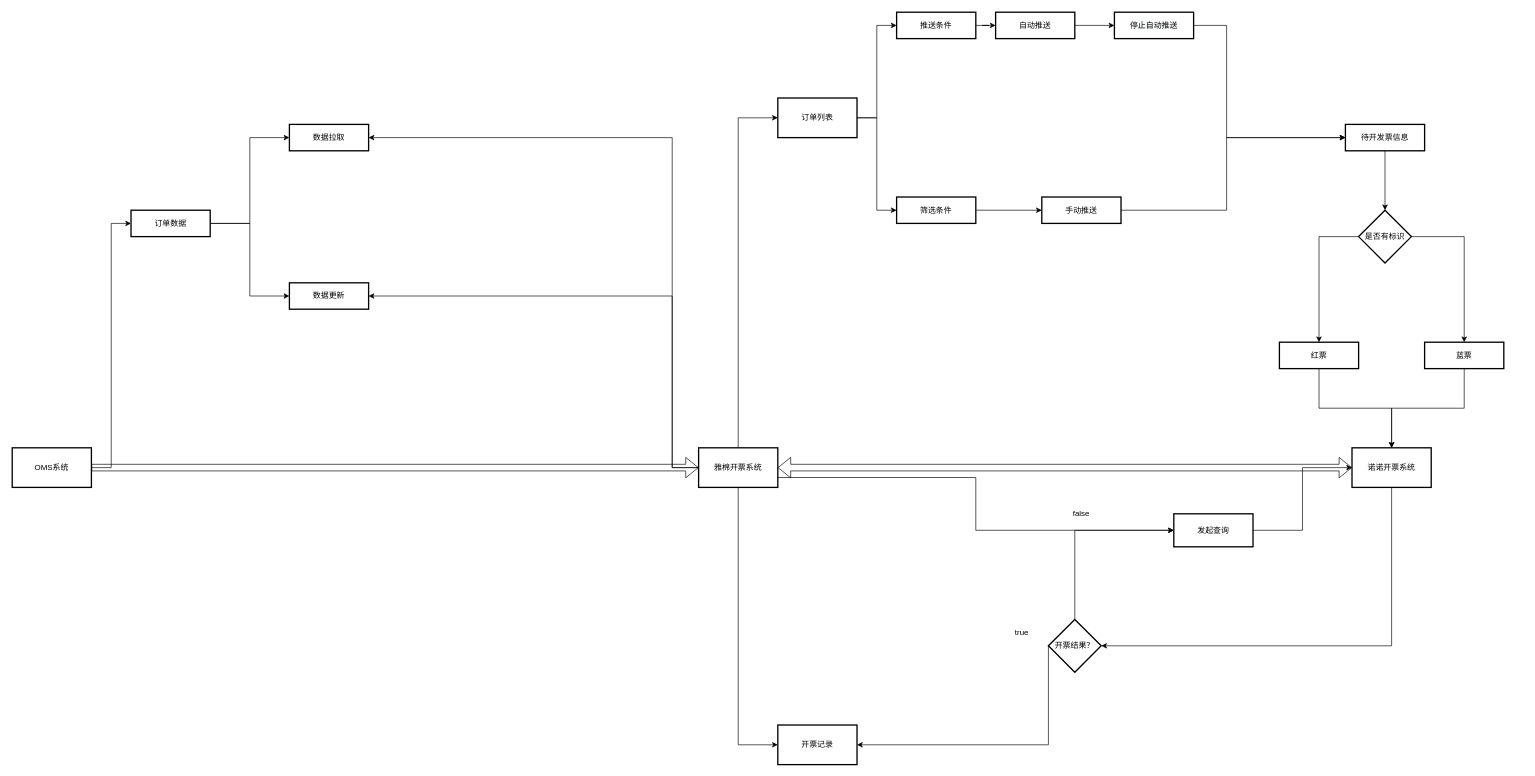
json-lu/draw.io keeps this draw.io diagram as demo1.drawio. Above is the earlier version. Source tidied: cells renumbered, new cells numbered last; positions are measured from the earlier drawing's top-left corner, leaving out a move shared by most shapes. Both pictures are drawn from the tidied source at 66%, with x=0, y=0 at pixel (12, 12).
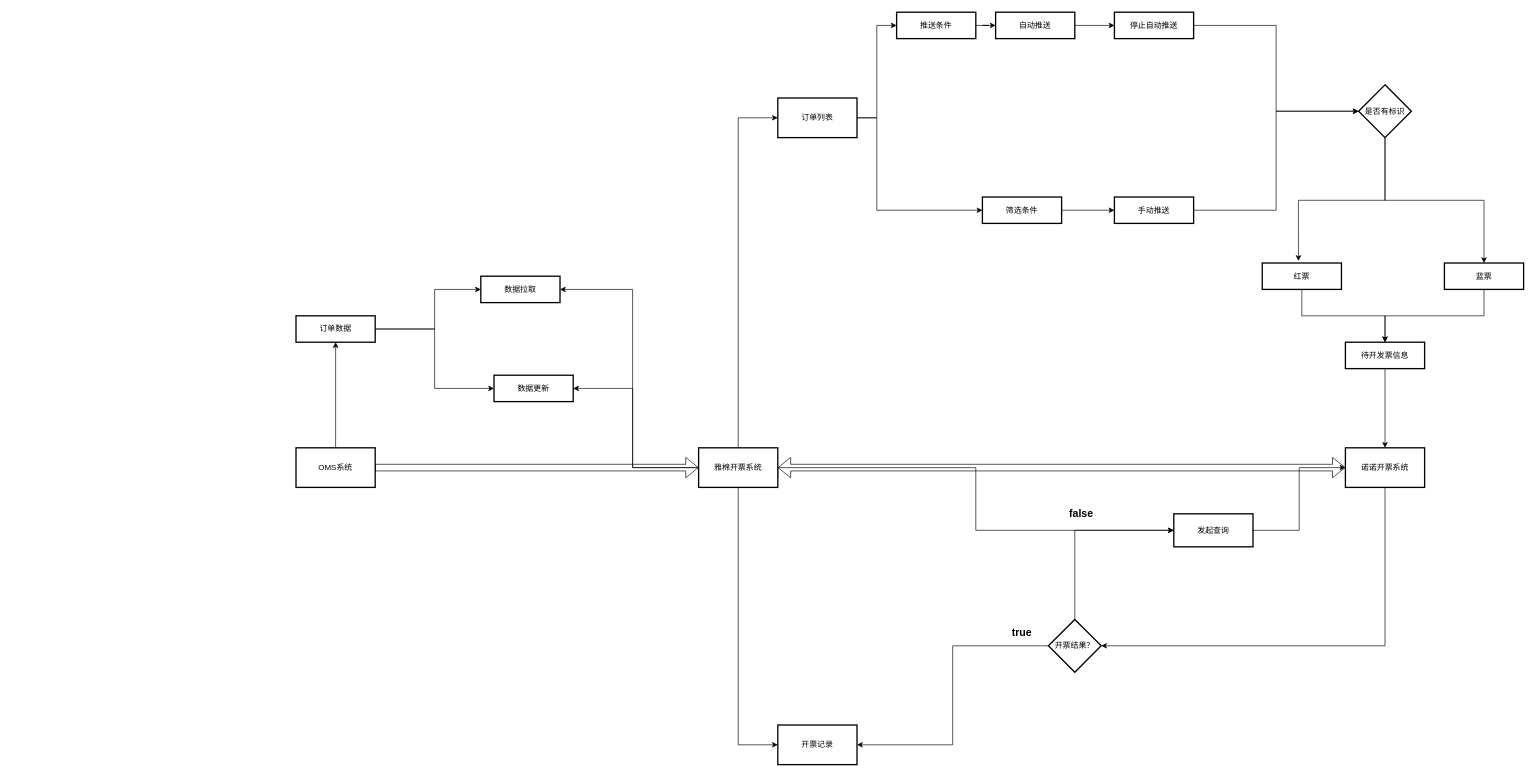
The same page after the edit.

Unchanged cells that the change refers to:
```xml
<mxCell id="7" value="雅棉开票系统" style="rounded=0;whiteSpace=wrap;html=1;strokeWidth=2;" parent="1" vertex="1">
  <mxGeometry x="1040" y="660" width="120" height="60" as="geometry" />
</mxCell>
<mxCell id="13" value="&lt;span style=&quot;color: rgb(0 , 0 , 0) ; font-family: &amp;#34;helvetica&amp;#34; ; font-size: 12px ; font-style: normal ; font-weight: 400 ; letter-spacing: normal ; text-align: center ; text-indent: 0px ; text-transform: none ; word-spacing: 0px ; background-color: rgb(248 , 249 , 250) ; display: inline ; float: none&quot;&gt;停止自动推送&lt;/span&gt;" style="rounded=0;whiteSpace=wrap;html=1;strokeWidth=2;" parent="1" vertex="1">
  <mxGeometry x="1670" width="120" height="40" as="geometry" />
</mxCell>
<mxCell id="32" value="开票结果？" style="rhombus;whiteSpace=wrap;html=1;strokeWidth=2;" parent="1" vertex="1">
  <mxGeometry x="1570" y="920" width="80" height="80" as="geometry" />
</mxCell>
<mxCell id="37" value="发起查询" style="rounded=0;whiteSpace=wrap;html=1;strokeColor=default;strokeWidth=2;fillColor=none;gradientColor=#ffffff;" parent="1" vertex="1">
  <mxGeometry x="1760" y="760" width="120" height="50" as="geometry" />
</mxCell>
<mxCell id="47" value="订单列表" style="rounded=0;whiteSpace=wrap;html=1;strokeColor=default;strokeWidth=2;fillColor=none;gradientColor=#ffffff;" parent="1" vertex="1">
  <mxGeometry x="1160" y="130" width="120" height="60" as="geometry" />
</mxCell>
<mxCell id="48" value="开票记录" style="rounded=0;whiteSpace=wrap;html=1;strokeColor=default;strokeWidth=2;fillColor=none;gradientColor=#ffffff;" parent="1" vertex="1">
  <mxGeometry x="1160" y="1080" width="120" height="60" as="geometry" />
</mxCell>
```

Change to the diagram source:
```diff
@@
-    <mxCell id="2" style="edgeStyle=orthogonalEdgeStyle;rounded=0;jettySize=auto;html=1;entryX=1;entryY=0.5;entryDx=0;entryDy=0;" parent="1" edge="1" source="7" target="23">
-      <mxGeometry relative="1" as="geometry">
-        <Array as="points">
-          <mxPoint x="1000" y="690" />
-          <mxPoint x="1000" y="190" />
-        </Array>
-      </mxGeometry>
-    </mxCell>
-    <mxCell id="3" style="edgeStyle=orthogonalEdgeStyle;rounded=0;jettySize=auto;html=1;entryX=1;entryY=0.5;entryDx=0;entryDy=0;" parent="1" edge="1" source="7" target="24">
-      <mxGeometry relative="1" as="geometry">
-        <Array as="points">
-          <mxPoint x="1000" y="690" />
-          <mxPoint x="1000" y="430" />
-        </Array>
-      </mxGeometry>
-    </mxCell>
     <mxCell id="4" style="edgeStyle=orthogonalEdgeStyle;rounded=0;jettySize=auto;html=1;exitX=1;exitY=0.75;exitDx=0;exitDy=0;entryX=0;entryY=0.5;entryDx=0;entryDy=0;" parent="1" edge="1" source="7" target="37">
-      <mxGeometry relative="1" as="geometry" />
+      <mxGeometry relative="1" as="geometry">
+        <Array as="points">
+          <mxPoint x="1160" y="690" />
+          <mxPoint x="1460" y="690" />
+          <mxPoint x="1460" y="785" />
+        </Array>
+      </mxGeometry>
     </mxCell>
@@
+    <mxCell id="3" style="edgeStyle=orthogonalEdgeStyle;rounded=0;jettySize=auto;html=1;entryX=1;entryY=0.5;entryDx=0;entryDy=0;" parent="1" edge="1" source="7" target="24">
+      <mxGeometry relative="1" as="geometry">
+        <Array as="points">
+          <mxPoint x="940" y="690" />
+          <mxPoint x="940" y="570" />
+        </Array>
+      </mxGeometry>
+    </mxCell>
+    <mxCell id="2" style="edgeStyle=orthogonalEdgeStyle;rounded=0;jettySize=auto;html=1;entryX=1;entryY=0.5;entryDx=0;entryDy=0;" parent="1" edge="1" source="7" target="23">
+      <mxGeometry relative="1" as="geometry">
+        <Array as="points">
+          <mxPoint x="940" y="690" />
+          <mxPoint x="940" y="420" />
+        </Array>
+      </mxGeometry>
+    </mxCell>
@@
-    <mxCell id="8" style="edgeStyle=orthogonalEdgeStyle;rounded=0;jettySize=auto;html=1;entryX=0;entryY=0.5;entryDx=0;entryDy=0;" parent="1" edge="1" source="9" target="22">
+    <mxCell id="8" style="edgeStyle=orthogonalEdgeStyle;rounded=0;jettySize=auto;html=1;entryX=0.5;entryY=1;entryDx=0;entryDy=0;" parent="1" edge="1" source="9" target="22">
       <mxGeometry relative="1" as="geometry" />
     </mxCell>
     <mxCell id="9" value="OMS系统" style="rounded=0;whiteSpace=wrap;html=1;strokeWidth=2;" parent="1" vertex="1">
-      <mxGeometry y="660" width="120" height="60" as="geometry" />
+      <mxGeometry x="430" y="660" width="120" height="60" as="geometry" />
     </mxCell>
     <mxCell id="10" style="edgeStyle=orthogonalEdgeStyle;rounded=0;jettySize=auto;html=1;exitX=0.5;exitY=1;exitDx=0;exitDy=0;entryX=1;entryY=0.5;entryDx=0;entryDy=0;" parent="1" edge="1" source="11" target="32">
       <mxGeometry relative="1" as="geometry">
         <Array as="points">
-          <mxPoint x="2090" y="960" />
+          <mxPoint x="2080" y="960" />
         </Array>
       </mxGeometry>
     </mxCell>
     <mxCell id="11" value="诺诺开票系统" style="rounded=0;whiteSpace=wrap;html=1;strokeWidth=2;" parent="1" vertex="1">
-      <mxGeometry x="2030" y="660" width="120" height="60" as="geometry" />
+      <mxGeometry x="2020" y="660" width="120" height="60" as="geometry" />
     </mxCell>
-    <mxCell id="12" style="edgeStyle=orthogonalEdgeStyle;rounded=0;jettySize=auto;html=1;exitX=1;exitY=0.5;exitDx=0;exitDy=0;entryX=0;entryY=0.5;entryDx=0;entryDy=0;" parent="1" edge="1" source="13" target="19">
-      <mxGeometry relative="1" as="geometry">
-        <Array as="points">
-          <mxPoint x="1840" y="20" />
-          <mxPoint x="1840" y="190" />
-        </Array>
-      </mxGeometry>
-    </mxCell>
+    <mxCell id="49" style="edgeStyle=orthogonalEdgeStyle;rounded=0;jettySize=auto;html=1;entryX=0;entryY=0.5;entryDx=0;entryDy=0;" parent="1" edge="1" source="13" target="44">
+      <mxGeometry relative="1" as="geometry" />
+    </mxCell>
@@
-    <mxCell id="16" style="edgeStyle=orthogonalEdgeStyle;rounded=0;jettySize=auto;html=1;" parent="1" edge="1" source="17" target="19">
-      <mxGeometry relative="1" as="geometry">
-        <Array as="points">
-          <mxPoint x="1840" y="300" />
-          <mxPoint x="1840" y="190" />
-        </Array>
-      </mxGeometry>
-    </mxCell>
+    <mxCell id="50" style="edgeStyle=orthogonalEdgeStyle;rounded=0;jettySize=auto;html=1;entryX=0;entryY=0.5;entryDx=0;entryDy=0;" parent="1" edge="1" source="17" target="44">
+      <mxGeometry relative="1" as="geometry" />
+    </mxCell>
     <mxCell id="17" value="手动推送" style="rounded=0;whiteSpace=wrap;html=1;strokeWidth=2;" parent="1" vertex="1">
-      <mxGeometry x="1560" y="280" width="120" height="40" as="geometry" />
+      <mxGeometry x="1670" y="280" width="120" height="40" as="geometry" />
     </mxCell>
-    <mxCell id="18" style="edgeStyle=orthogonalEdgeStyle;rounded=0;jettySize=auto;html=1;entryX=0.5;entryY=0;entryDx=0;entryDy=0;" parent="1" edge="1" source="19" target="44">
-      <mxGeometry relative="1" as="geometry" />
-    </mxCell>
+    <mxCell id="51" style="edgeStyle=orthogonalEdgeStyle;rounded=0;jettySize=auto;html=1;" parent="1" edge="1" source="19" target="11">
+      <mxGeometry relative="1" as="geometry" />
+    </mxCell>
     <mxCell id="19" value="待开发票信息" style="rounded=0;whiteSpace=wrap;html=1;strokeWidth=2;" parent="1" vertex="1">
-      <mxGeometry x="2020" y="170" width="120" height="40" as="geometry" />
+      <mxGeometry x="2020" y="500" width="120" height="40" as="geometry" />
     </mxCell>
     <mxCell id="20" style="edgeStyle=orthogonalEdgeStyle;rounded=0;jettySize=auto;html=1;exitX=1;exitY=0.5;exitDx=0;exitDy=0;entryX=0;entryY=0.5;entryDx=0;entryDy=0;" parent="1" edge="1" source="22" target="23">
-      <mxGeometry relative="1" as="geometry" />
+      <mxGeometry relative="1" as="geometry">
+        <Array as="points">
+          <mxPoint x="640" y="480" />
+          <mxPoint x="640" y="420" />
+        </Array>
+      </mxGeometry>
     </mxCell>
@@
     <mxCell id="22" value="订单数据" style="rounded=0;whiteSpace=wrap;html=1;strokeWidth=2;" parent="1" vertex="1">
-      <mxGeometry x="180" y="300" width="120" height="40" as="geometry" />
+      <mxGeometry x="430" y="460" width="120" height="40" as="geometry" />
     </mxCell>
     <mxCell id="23" value="数据拉取" style="rounded=0;whiteSpace=wrap;html=1;strokeWidth=2;" parent="1" vertex="1">
-      <mxGeometry x="420" y="170" width="120" height="40" as="geometry" />
+      <mxGeometry x="710" y="400" width="120" height="40" as="geometry" />
     </mxCell>
     <mxCell id="24" value="数据更新" style="rounded=0;whiteSpace=wrap;html=1;strokeWidth=2;" parent="1" vertex="1">
-      <mxGeometry x="420" y="410" width="120" height="40" as="geometry" />
+      <mxGeometry x="730" y="550" width="120" height="40" as="geometry" />
     </mxCell>
@@
     <mxCell id="28" value="筛选条件" style="rounded=0;whiteSpace=wrap;html=1;strokeWidth=2;" parent="1" vertex="1">
-      <mxGeometry x="1340" y="280" width="120" height="40" as="geometry" />
+      <mxGeometry x="1470" y="280" width="120" height="40" as="geometry" />
     </mxCell>
@@
+    <mxCell id="52" style="edgeStyle=orthogonalEdgeStyle;rounded=0;jettySize=auto;html=1;entryX=1;entryY=0.5;entryDx=0;entryDy=0;" parent="1" edge="1" source="32" target="48">
+      <mxGeometry relative="1" as="geometry" />
+    </mxCell>
@@
-    <mxCell id="33" style="edgeStyle=orthogonalEdgeStyle;rounded=0;jettySize=auto;html=1;exitX=1;exitY=1;exitDx=0;exitDy=0;entryX=1;entryY=0.5;entryDx=0;entryDy=0;" parent="1" edge="1" source="34" target="48">
-      <mxGeometry relative="1" as="geometry" />
-    </mxCell>
-    <mxCell id="34" value="true" style="rounded=0;whiteSpace=wrap;html=1;strokeWidth=2;strokeColor=none;gradientColor=#ffffff;fillColor=none;" parent="1" vertex="1">
+    <mxCell id="34" value="&lt;b&gt;&lt;font style=&quot;font-size: 16px&quot;&gt;true&lt;/font&gt;&lt;/b&gt;" style="rounded=0;whiteSpace=wrap;html=1;strokeWidth=2;strokeColor=none;gradientColor=#ffffff;fillColor=none;" parent="1" vertex="1">
       <mxGeometry x="1490" y="920" width="80" height="40" as="geometry" />
     </mxCell>
-    <mxCell id="35" value="false" style="rounded=0;whiteSpace=wrap;html=1;strokeWidth=2;strokeColor=none;gradientColor=#ffffff;fillColor=none;" parent="1" vertex="1">
+    <mxCell id="35" value="&lt;font size=&quot;1&quot;&gt;&lt;b style=&quot;font-size: 16px&quot;&gt;false&lt;/b&gt;&lt;/font&gt;" style="rounded=0;whiteSpace=wrap;html=1;strokeWidth=2;strokeColor=none;gradientColor=#ffffff;fillColor=none;" parent="1" vertex="1">
       <mxGeometry x="1600" y="740" width="40" height="40" as="geometry" />
     </mxCell>
@@
-    <mxCell id="38" style="edgeStyle=orthogonalEdgeStyle;rounded=0;jettySize=auto;html=1;exitX=0.5;exitY=1;exitDx=0;exitDy=0;entryX=0.5;entryY=0;entryDx=0;entryDy=0;" parent="1" edge="1" source="39" target="11">
-      <mxGeometry relative="1" as="geometry" />
-    </mxCell>
+    <mxCell id="53" style="edgeStyle=orthogonalEdgeStyle;rounded=0;jettySize=auto;html=1;exitX=0.5;exitY=1;exitDx=0;exitDy=0;entryX=0.5;entryY=0;entryDx=0;entryDy=0;" parent="1" edge="1" source="39" target="19">
+      <mxGeometry relative="1" as="geometry" />
+    </mxCell>
     <mxCell id="39" value="红票" style="rounded=0;whiteSpace=wrap;html=1;strokeWidth=2;" parent="1" vertex="1">
-      <mxGeometry x="1920" y="500" width="120" height="40" as="geometry" />
+      <mxGeometry x="1894" y="380" width="120" height="40" as="geometry" />
     </mxCell>
-    <mxCell id="40" style="edgeStyle=orthogonalEdgeStyle;rounded=0;jettySize=auto;html=1;exitX=0.5;exitY=1;exitDx=0;exitDy=0;" parent="1" edge="1" source="41" target="11">
-      <mxGeometry relative="1" as="geometry" />
-    </mxCell>
+    <mxCell id="54" style="edgeStyle=orthogonalEdgeStyle;rounded=0;jettySize=auto;html=1;" parent="1" edge="1" source="41">
+      <mxGeometry relative="1" as="geometry">
+        <mxPoint x="2080" y="500" as="targetPoint" />
+        <Array as="points">
+          <mxPoint x="2230" y="460" />
+          <mxPoint x="2080" y="460" />
+        </Array>
+      </mxGeometry>
+    </mxCell>
     <mxCell id="41" value="蓝票" style="rounded=0;whiteSpace=wrap;html=1;strokeWidth=2;" parent="1" vertex="1">
-      <mxGeometry x="2140" y="500" width="120" height="40" as="geometry" />
+      <mxGeometry x="2170" y="380" width="120" height="40" as="geometry" />
     </mxCell>
-    <mxCell id="42" style="edgeStyle=orthogonalEdgeStyle;rounded=0;jettySize=auto;html=1;exitX=0;exitY=0.5;exitDx=0;exitDy=0;" parent="1" edge="1" source="44" target="39">
-      <mxGeometry relative="1" as="geometry" />
-    </mxCell>
-    <mxCell id="43" style="edgeStyle=orthogonalEdgeStyle;rounded=0;jettySize=auto;html=1;exitX=1;exitY=0.5;exitDx=0;exitDy=0;" parent="1" edge="1" source="44" target="41">
-      <mxGeometry relative="1" as="geometry" />
-    </mxCell>
-    <mxCell id="44" value="是否有标识" style="rhombus;whiteSpace=wrap;html=1;strokeColor=default;strokeWidth=2;fillColor=none;gradientColor=#ffffff;" parent="1" vertex="1">
-      <mxGeometry x="2040" y="300" width="80" height="80" as="geometry" />
-    </mxCell>
@@
     <mxCell id="46" style="edgeStyle=orthogonalEdgeStyle;rounded=0;jettySize=auto;html=1;exitX=1;exitY=0.5;exitDx=0;exitDy=0;entryX=0;entryY=0.5;entryDx=0;entryDy=0;" parent="1" edge="1" source="47" target="28">
-      <mxGeometry relative="1" as="geometry" />
+      <mxGeometry relative="1" as="geometry">
+        <Array as="points">
+          <mxPoint x="1310" y="160" />
+          <mxPoint x="1310" y="300" />
+        </Array>
+      </mxGeometry>
     </mxCell>
@@
+    <mxCell id="42" style="edgeStyle=orthogonalEdgeStyle;rounded=0;jettySize=auto;html=1;exitX=0.5;exitY=1;exitDx=0;exitDy=0;entryX=0.457;entryY=-0.08;entryDx=0;entryDy=0;entryPerimeter=0;" parent="1" edge="1" source="44" target="39">
+      <mxGeometry relative="1" as="geometry" />
+    </mxCell>
+    <mxCell id="43" style="edgeStyle=orthogonalEdgeStyle;rounded=0;jettySize=auto;html=1;exitX=0.5;exitY=1;exitDx=0;exitDy=0;" parent="1" edge="1" source="44" target="41">
+      <mxGeometry relative="1" as="geometry" />
+    </mxCell>
+    <mxCell id="44" value="是否有标识" style="rhombus;whiteSpace=wrap;html=1;strokeColor=default;strokeWidth=2;fillColor=none;gradientColor=#ffffff;" parent="1" vertex="1">
+      <mxGeometry x="2040" y="110" width="80" height="80" as="geometry" />
+    </mxCell>
```
